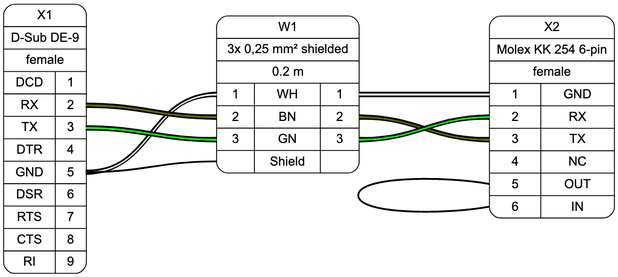
Before: idea/example1.png, a diagram exported from Graphviz (wireviz/WireViz). Its source is kept beside it as idea/example1.dot.
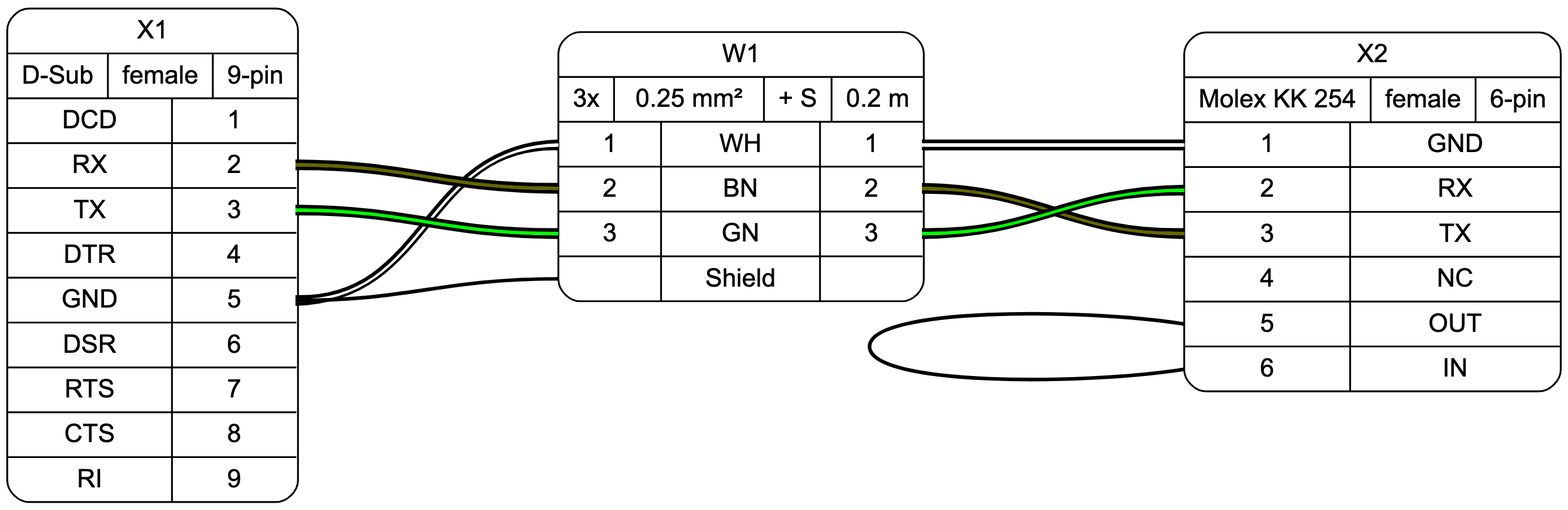
Above is the later version.

Diff of the diagram source:
```diff
@@ -1,18 +1,26 @@
+
 digraph G {
     graph [rankdir = LR, ranksep=2, fontname = "arial"];
     edge [arrowhead=none, fontname = "arial"];
     node [shape=record, style=rounded, fontname = "arial"];
 
-    X1[label="X1 | D-Sub DE-9 | female | {{DCD|RX|TX|DTR|GND|DSR|RTS|CTS|RI} | {<p1>1|<p2>2|<p3>3|<p4>4|<p5>5|<p6>6|<p7>7|<p8>8|<p9>9}} "];
-    X2[label="X2 | Molex KK 254 6-pin | female | {{<p1>1|<p2>2|<p3>3|<p4>4|<p5>5|<p6>6} | {GND|RX|TX|NC|OUT|IN}}"];
 
-    W1[label="W1 | 3x 0,25 mm² shielded | 0.2 m | {{<w1i>1|<w2i>2|<w3i>3|<wsi>}|{WH|BN|GN|Shield}|{<w1o>1|<w2o>2|<w3o>3|<wsi>}}}"];
+X1[label="X1 | {D-Sub|female|9-pin} | {{DCD|RX|TX|DTR|GND|DSR|RTS|CTS|RI} | {<p1>1|<p2>2|<p3>3|<p4>4|<p5>5|<p6>6|<p7>7|<p8>8|<p9>9}}}"]
 
-    {edge[style=bold]
-        {edge[color="#000000:#ffffff:#000000"] X1:p5 -> W1:w1i; W1:w1o -> X2:p1; }
-        {edge[color="#000000:#666600:#000000"] X1:p2 -> W1:w2i; W1:w2o -> X2:p3; }
-        {edge[color="#000000:#00ff00:#000000"] X1:p3 -> W1:w3i; W1:w3o -> X2:p2; }
-        X1:p5 -> W1:wsi;
-        X2:p5:w -> X2:p6:w;
-    }
+X2[label="X2 | {Molex KK 254|female|6-pin} | {{<p1>1|<p2>2|<p3>3|<p4>4|<p5>5|<p6>6} | {GND|RX|TX|NC|OUT|IN}}}"]
+
+{edge[style=bold]
+X2:p5:w -> X2:p6:w
 }
+
+W1[label="W1 | {3x|0.25 mm²| + S|0.2 m} | {{<w1i>1|<w2i>2|<w3i>3|<wsi>} | {WH|BN|GN|Shield} | {<w1o>1|<w2o>2|<w3o>3|<wso>}}}"]
+
+{edge[style=bold]
+{edge[color="#000000:#ffffff:#000000"] X1:p5 -> W1:w1i; W1:w1o -> X2:p1}
+{edge[color="#000000:#666600:#000000"] X1:p2 -> W1:w2i; W1:w2o -> X2:p3}
+{edge[color="#000000:#00ff00:#000000"] X1:p3 -> W1:w3i; W1:w3o -> X2:p2}
+{X1:p5 -> W1:wsi; }
+}
+
+
+}
```
